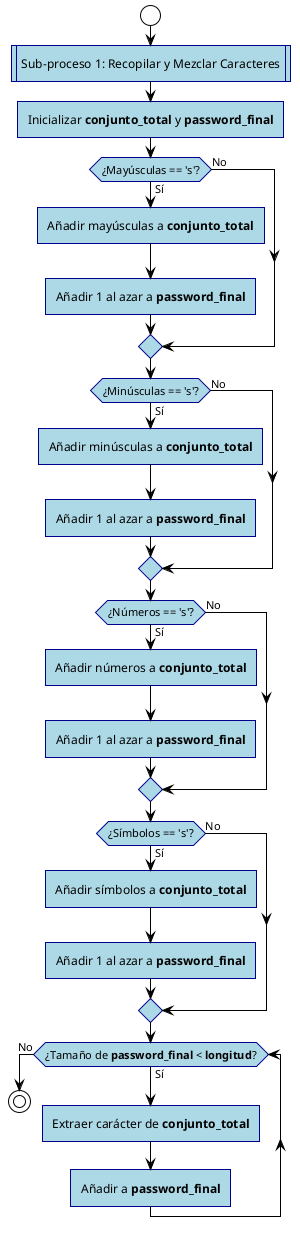
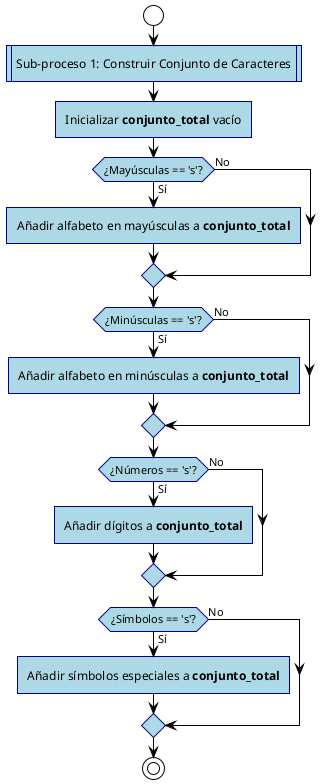
@startuml
!theme plain
skinparam roundcorner 0
skinparam activity {
  BackgroundColor lightblue
  BorderColor darkblue
  ArrowColor black
}

start
- :Sub-proceso 1: Recopilar y Mezclar Caracteres; <<procedure>>
+ :Sub-proceso 1: Construir Conjunto de Caracteres; <<procedure>>

- :Inicializar **conjunto_total** y **password_final**;
+ :Inicializar **conjunto_total** vacío;

if (¿Mayúsculas == 's'?) then (Sí)
-   :Añadir mayúsculas a **conjunto_total**;
-   :Añadir 1 al azar a **password_final**;
+   :Añadir alfabeto en mayúsculas a **conjunto_total**;
else (No)
endif

if (¿Minúsculas == 's'?) then (Sí)
-   :Añadir minúsculas a **conjunto_total**;
-   :Añadir 1 al azar a **password_final**;
+   :Añadir alfabeto en minúsculas a **conjunto_total**;
else (No)
endif

if (¿Números == 's'?) then (Sí)
-   :Añadir números a **conjunto_total**;
-   :Añadir 1 al azar a **password_final**;
+   :Añadir dígitos a **conjunto_total**;
else (No)
endif

if (¿Símbolos == 's'?) then (Sí)
-   :Añadir símbolos a **conjunto_total**;
-   :Añadir 1 al azar a **password_final**;
+   :Añadir símbolos especiales a **conjunto_total**;
else (No)
endif

- while (¿Tamaño de **password_final** < **longitud**?) is (Sí)
-   :Extraer carácter de **conjunto_total**;
-   :Añadir a **password_final**;
- endwhile (No)
- 
stop
@enduml
